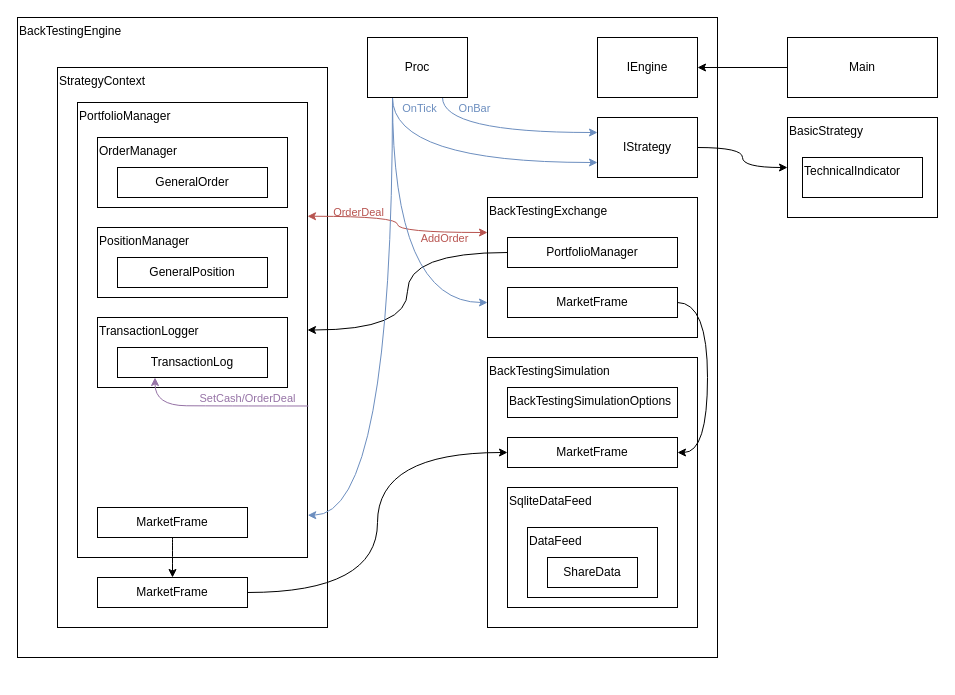
Above: CarrotBacktesting.Net/CarrotBacktesting.Net.Diagram.drawio in CRThu/CarrotQuant.Net (draw.io), before the change. Source tidied: cells renumbered, new cells numbered last; positions are measured from the earlier drawing's top-left corner, leaving out a move shared by most shapes. Both pictures are drawn from the tidied source at 100%, with x=0, y=0 at pixel (17, 17).
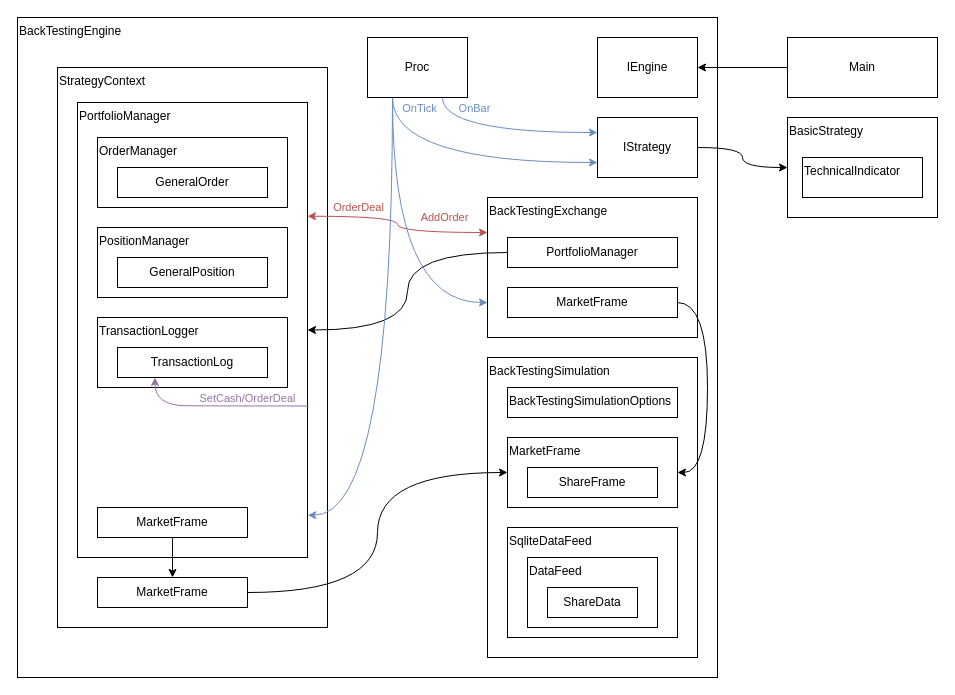
After the change.

Unchanged cells that the change refers to:
```xml
<mxCell id="10" style="edgeStyle=orthogonalEdgeStyle;curved=1;rounded=0;jettySize=auto;html=1;exitX=1;exitY=0.25;exitDx=0;exitDy=0;entryX=0;entryY=0.25;entryDx=0;entryDy=0;fontColor=#3399FF;elbow=vertical;fillColor=#f8cecc;strokeColor=#b85450;startArrow=classic;startFill=1;" parent="1" edge="1" source="13" target="6">
  <mxGeometry relative="1" as="geometry" />
</mxCell>
<mxCell id="25" value="MarketFrame" style="rounded=0;whiteSpace=wrap;html=1;fillColor=none;align=center;verticalAlign=middle;" parent="1" vertex="1">
  <mxGeometry x="490" y="270" width="170" height="30" as="geometry" />
</mxCell>
```

The edit, as a diff of the source:
```diff
@@
     <mxCell id="3" value="BackTestingEngine" style="rounded=0;whiteSpace=wrap;html=1;fillColor=none;align=left;verticalAlign=top;" parent="1" vertex="1">
-      <mxGeometry width="700" height="640" as="geometry" />
+      <mxGeometry width="700" height="660" as="geometry" />
     </mxCell>
@@
     <mxCell id="11" value="OrderDeal" style="edgeLabel;html=1;align=center;verticalAlign=middle;fontColor=#B85450;labelBackgroundColor=none;" parent="10" vertex="1">
       <mxGeometry x="-0.15" y="-8" relative="1" as="geometry">
-        <mxPoint x="-32" y="-12" as="offset" />
+        <mxPoint x="-32" y="-17" as="offset" />
       </mxGeometry>
     </mxCell>
     <mxCell id="12" value="AddOrder" style="edgeLabel;html=1;align=center;verticalAlign=middle;fontColor=#B85450;labelBackgroundColor=none;" parent="10" vertex="1">
       <mxGeometry x="-0.37" y="-5" relative="1" as="geometry">
-        <mxPoint x="75" y="17" as="offset" />
+        <mxPoint x="75" y="-4" as="offset" />
       </mxGeometry>
     </mxCell>
@@
-    <mxCell id="24" style="edgeStyle=orthogonalEdgeStyle;curved=1;rounded=0;jettySize=auto;html=1;exitX=1;exitY=0.5;exitDx=0;exitDy=0;entryX=1;entryY=0.5;entryDx=0;entryDy=0;fontColor=#B85450;" parent="1" edge="1" source="25" target="44">
+    <mxCell id="24" style="edgeStyle=orthogonalEdgeStyle;curved=1;rounded=0;jettySize=auto;html=1;exitX=1;exitY=0.5;exitDx=0;exitDy=0;entryX=1;entryY=0.5;entryDx=0;entryDy=0;" parent="1" edge="1" source="25" target="44">
       <mxGeometry relative="1" as="geometry">
         <Array as="points">
           <mxPoint x="690" y="285" />
-          <mxPoint x="690" y="435" />
+          <mxPoint x="690" y="455" />
         </Array>
       </mxGeometry>
     </mxCell>
@@
     <mxCell id="30" value="BackTestingSimulation" style="rounded=0;whiteSpace=wrap;html=1;fillColor=none;align=left;verticalAlign=top;" parent="1" vertex="1">
-      <mxGeometry x="470" y="340" width="210" height="270" as="geometry" />
+      <mxGeometry x="470" y="340" width="210" height="300" as="geometry" />
     </mxCell>
@@
     <mxCell id="40" value="SqliteDataFeed" style="rounded=0;whiteSpace=wrap;html=1;fillColor=none;align=left;verticalAlign=top;" parent="1" vertex="1">
-      <mxGeometry x="490" y="470" width="170" height="120" as="geometry" />
+      <mxGeometry x="490" y="510" width="170" height="110" as="geometry" />
     </mxCell>
     <mxCell id="41" value="DataFeed" style="rounded=0;whiteSpace=wrap;html=1;fillColor=none;align=left;verticalAlign=top;" parent="1" vertex="1">
-      <mxGeometry x="510" y="510" width="130" height="70" as="geometry" />
+      <mxGeometry x="510" y="540" width="130" height="70" as="geometry" />
     </mxCell>
     <mxCell id="42" value="ShareData" style="rounded=0;whiteSpace=wrap;html=1;fillColor=none;align=center;verticalAlign=middle;" parent="1" vertex="1">
-      <mxGeometry x="530" y="540" width="90" height="30" as="geometry" />
+      <mxGeometry x="530" y="570" width="90" height="30" as="geometry" />
     </mxCell>
@@
-    <mxCell id="44" value="MarketFrame" style="rounded=0;whiteSpace=wrap;html=1;fillColor=none;align=center;verticalAlign=middle;" parent="1" vertex="1">
-      <mxGeometry x="490" y="420" width="170" height="30" as="geometry" />
+    <mxCell id="44" value="MarketFrame" style="rounded=0;whiteSpace=wrap;html=1;fillColor=none;align=left;verticalAlign=top;" parent="1" vertex="1">
+      <mxGeometry x="490" y="420" width="170" height="70" as="geometry" />
     </mxCell>
+    <mxCell id="45" value="ShareFrame" style="rounded=0;whiteSpace=wrap;html=1;fillColor=none;align=center;verticalAlign=middle;" parent="1" vertex="1">
+      <mxGeometry x="510" y="450" width="130" height="30" as="geometry" />
+    </mxCell>
```
